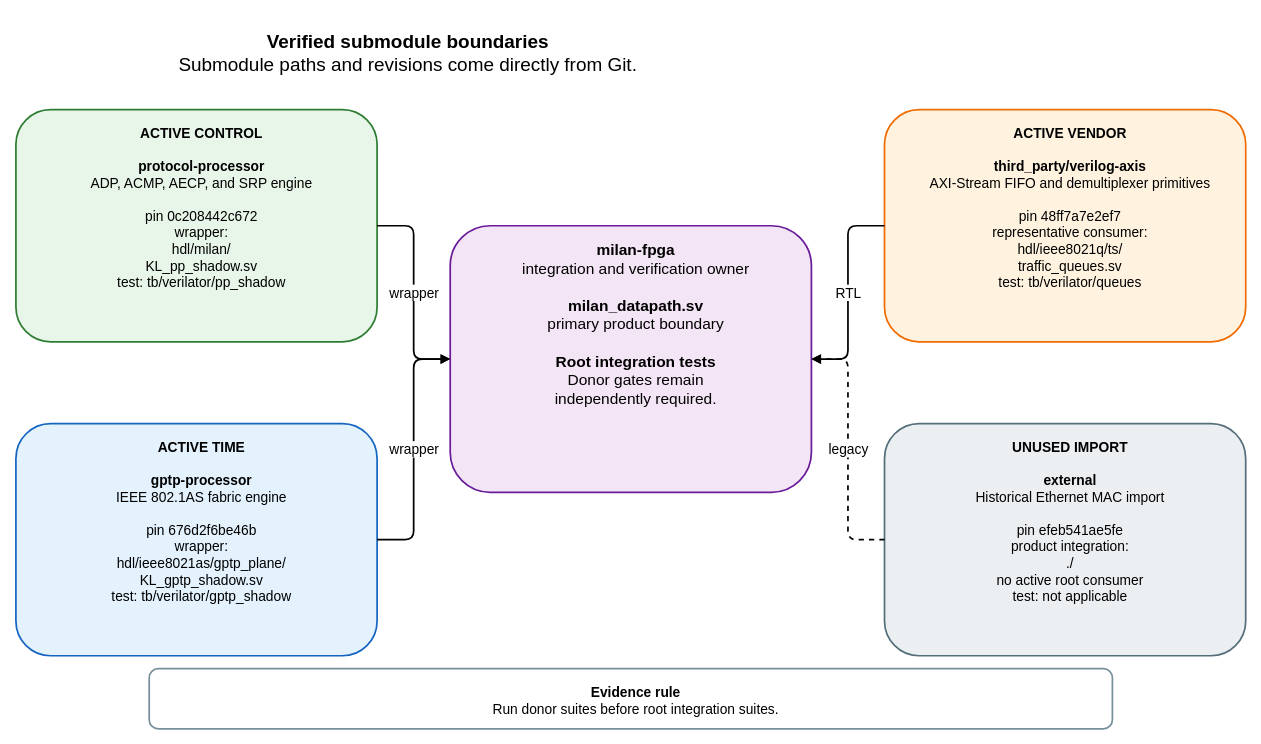
kebag-logic/milan-fpga keeps this draw.io diagram as docs/diagrams/submodule_boundaries.drawio. Above is the earlier version. Source tidied: cells renumbered, new cells numbered last; positions are measured from the earlier drawing's top-left corner, leaving out a move shared by most shapes. Both pictures are drawn from the tidied source at 86%, with x=0, y=0 at pixel (15, 15).
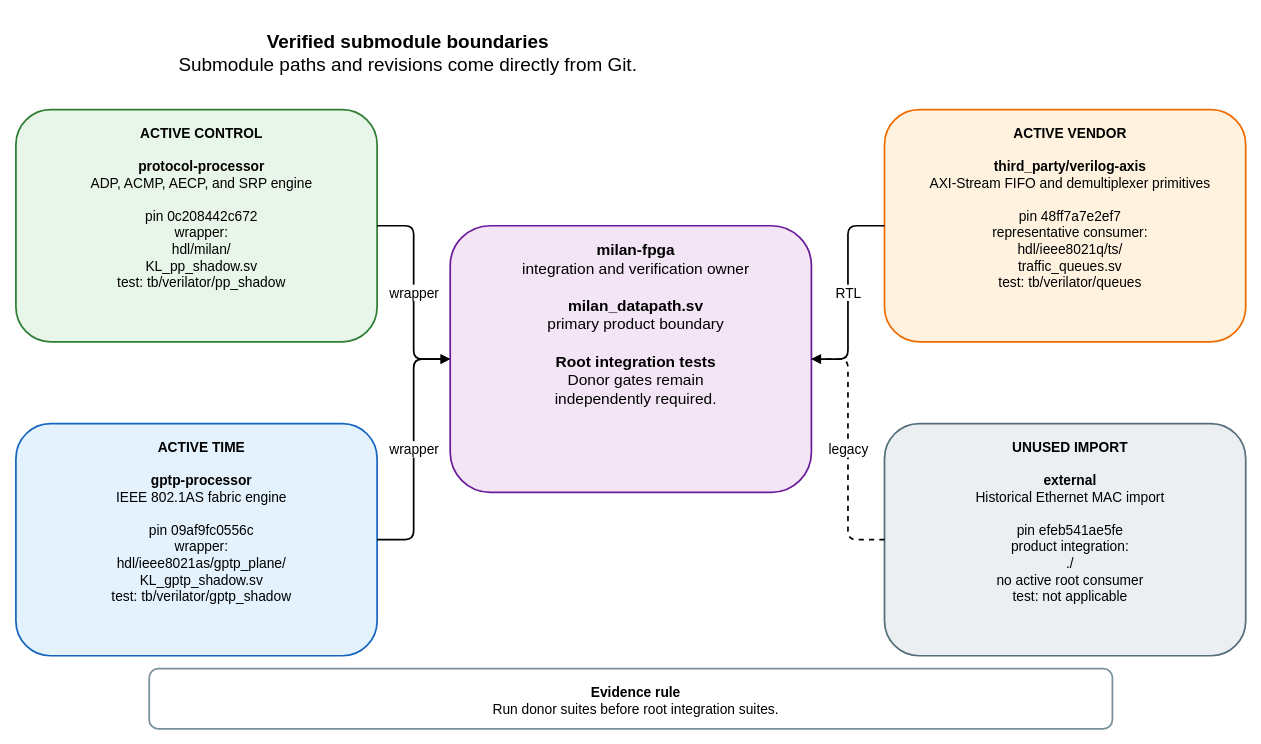
The same page after the edit.

Commit message (it also covers changes not shown here):
Pin gptp-processor at donor main 09af9fc

The edit, as a diff of the source:
```diff
@@
 <mxGraphModel>
   <root>
     <mxCell id="0" />
     <mxCell id="1" parent="0" />
     <mxCell id="2" value="&lt;b&gt;Verified submodule boundaries&lt;/b&gt;&lt;br&gt;Submodule paths and revisions come directly from Git." style="rounded=1;whiteSpace=wrap;html=1;verticalAlign=top;spacingTop=12;spacingLeft=12;fontSize=22;fontFamily=Helvetica;fillColor=none;strokeColor=none;strokeWidth=2;" parent="1" vertex="1">
       <mxGeometry width="900" height="65" as="geometry" />
     </mxCell>
     <mxCell id="3" value="&lt;b&gt;milan-fpga&lt;/b&gt;&lt;br&gt;integration and verification owner&lt;br&gt;&lt;br&gt;&lt;b&gt;milan_datapath.sv&lt;/b&gt;&lt;br&gt;primary product boundary&lt;br&gt;&lt;br&gt;&lt;b&gt;Root integration tests&lt;/b&gt;&lt;br&gt;Donor gates remain&lt;br&gt;independently required." style="rounded=1;whiteSpace=wrap;html=1;verticalAlign=top;spacingTop=12;spacingLeft=12;fontSize=18;fontFamily=Helvetica;fillColor=#F3E5F5;strokeColor=#6A1B9A;strokeWidth=2;" parent="1" vertex="1">
       <mxGeometry x="505" y="245" width="420" height="310" as="geometry" />
     </mxCell>
     <mxCell id="4" value="&lt;b&gt;ACTIVE CONTROL&lt;/b&gt;&lt;br&gt;&lt;br&gt;&lt;b&gt;protocol-processor&lt;/b&gt;&lt;br&gt;ADP, ACMP, AECP, and SRP engine&lt;br&gt;&lt;br&gt;pin 0c208442c672&lt;br&gt;wrapper:&lt;br&gt;hdl/milan/&lt;br&gt;KL_pp_shadow.sv&lt;br&gt;test: tb/verilator/pp_shadow" style="rounded=1;whiteSpace=wrap;html=1;verticalAlign=top;spacingTop=12;spacingLeft=12;fontSize=16;fontFamily=Helvetica;fillColor=#E8F5E9;strokeColor=#2E7D32;strokeWidth=2;" parent="1" vertex="1">
       <mxGeometry y="110" width="420" height="270" as="geometry" />
     </mxCell>
-    <mxCell id="5" value="&lt;b&gt;ACTIVE TIME&lt;/b&gt;&lt;br&gt;&lt;br&gt;&lt;b&gt;gptp-processor&lt;/b&gt;&lt;br&gt;IEEE 802.1AS fabric engine&lt;br&gt;&lt;br&gt;pin 676d2f6be46b&lt;br&gt;wrapper:&lt;br&gt;hdl/ieee8021as/gptp_plane/&lt;br&gt;KL_gptp_shadow.sv&lt;br&gt;test: tb/verilator/gptp_shadow" style="rounded=1;whiteSpace=wrap;html=1;verticalAlign=top;spacingTop=12;spacingLeft=12;fontSize=16;fontFamily=Helvetica;fillColor=#E3F2FD;strokeColor=#1565C0;strokeWidth=2;" parent="1" vertex="1">
+    <mxCell id="5" value="&lt;b&gt;ACTIVE TIME&lt;/b&gt;&lt;br&gt;&lt;br&gt;&lt;b&gt;gptp-processor&lt;/b&gt;&lt;br&gt;IEEE 802.1AS fabric engine&lt;br&gt;&lt;br&gt;pin 09af9fc0556c&lt;br&gt;wrapper:&lt;br&gt;hdl/ieee8021as/gptp_plane/&lt;br&gt;KL_gptp_shadow.sv&lt;br&gt;test: tb/verilator/gptp_shadow" style="rounded=1;whiteSpace=wrap;html=1;verticalAlign=top;spacingTop=12;spacingLeft=12;fontSize=16;fontFamily=Helvetica;fillColor=#E3F2FD;strokeColor=#1565C0;strokeWidth=2;" parent="1" vertex="1">
       <mxGeometry y="475" width="420" height="270" as="geometry" />
     </mxCell>
     <mxCell id="6" value="&lt;b&gt;ACTIVE VENDOR&lt;/b&gt;&lt;br&gt;&lt;br&gt;&lt;b&gt;third_party/verilog-axis&lt;/b&gt;&lt;br&gt;AXI-Stream FIFO and demultiplexer primitives&lt;br&gt;&lt;br&gt;pin 48ff7a7e2ef7&lt;br&gt;representative consumer:&lt;br&gt;hdl/ieee8021q/ts/&lt;br&gt;traffic_queues.sv&lt;br&gt;test: tb/verilator/queues" style="rounded=1;whiteSpace=wrap;html=1;verticalAlign=top;spacingTop=12;spacingLeft=12;fontSize=16;fontFamily=Helvetica;fillColor=#FFF3E0;strokeColor=#EF6C00;strokeWidth=2;" parent="1" vertex="1">
       <mxGeometry x="1010" y="110" width="420" height="270" as="geometry" />
     </mxCell>
     <mxCell id="7" value="&lt;b&gt;UNUSED IMPORT&lt;/b&gt;&lt;br&gt;&lt;br&gt;&lt;b&gt;external&lt;/b&gt;&lt;br&gt;Historical Ethernet MAC import&lt;br&gt;&lt;br&gt;pin efeb541ae5fe&lt;br&gt;product integration:&lt;br&gt;./&lt;br&gt;no active root consumer&lt;br&gt;test: not applicable" style="rounded=1;whiteSpace=wrap;html=1;verticalAlign=top;spacingTop=12;spacingLeft=12;fontSize=16;fontFamily=Helvetica;fillColor=#ECEFF1;strokeColor=#546E7A;strokeWidth=2;" parent="1" vertex="1">
       <mxGeometry x="1010" y="475" width="420" height="270" as="geometry" />
     </mxCell>
     <mxCell id="8" value="wrapper" style="edgeStyle=orthogonalEdgeStyle;rounded=1;jettySize=auto;html=1;endArrow=block;endFill=1;strokeWidth=2;fontSize=16;fontFamily=Helvetica;labelBackgroundColor=#FFFFFF;" parent="1" edge="1" source="4" target="3">
       <mxGeometry relative="1" as="geometry" />
     </mxCell>
     <mxCell id="9" value="wrapper" style="edgeStyle=orthogonalEdgeStyle;rounded=1;jettySize=auto;html=1;endArrow=block;endFill=1;strokeWidth=2;fontSize=16;fontFamily=Helvetica;labelBackgroundColor=#FFFFFF;" parent="1" edge="1" source="5" target="3">
       <mxGeometry relative="1" as="geometry" />
     </mxCell>
     <mxCell id="10" value="RTL" style="edgeStyle=orthogonalEdgeStyle;rounded=1;jettySize=auto;html=1;endArrow=block;endFill=1;strokeWidth=2;fontSize=16;fontFamily=Helvetica;labelBackgroundColor=#FFFFFF;" parent="1" edge="1" source="6" target="3">
       <mxGeometry relative="1" as="geometry" />
     </mxCell>
     <mxCell id="11" value="legacy" style="edgeStyle=orthogonalEdgeStyle;rounded=1;jettySize=auto;html=1;endArrow=block;endFill=1;strokeWidth=2;fontSize=16;fontFamily=Helvetica;labelBackgroundColor=#FFFFFF;dashed=1;" parent="1" edge="1" source="7" target="3">
       <mxGeometry relative="1" as="geometry" />
     </mxCell>
     <mxCell id="12" value="&lt;b&gt;Evidence rule&lt;/b&gt;&lt;br&gt;Run donor suites before root integration suites." style="rounded=1;whiteSpace=wrap;html=1;verticalAlign=top;spacingTop=12;spacingLeft=12;fontSize=16;fontFamily=Helvetica;fillColor=#FFFFFF;strokeColor=#78909C;strokeWidth=2;" parent="1" vertex="1">
       <mxGeometry x="155" y="760" width="1120" height="70" as="geometry" />
     </mxCell>
   </root>
 </mxGraphModel>
```
